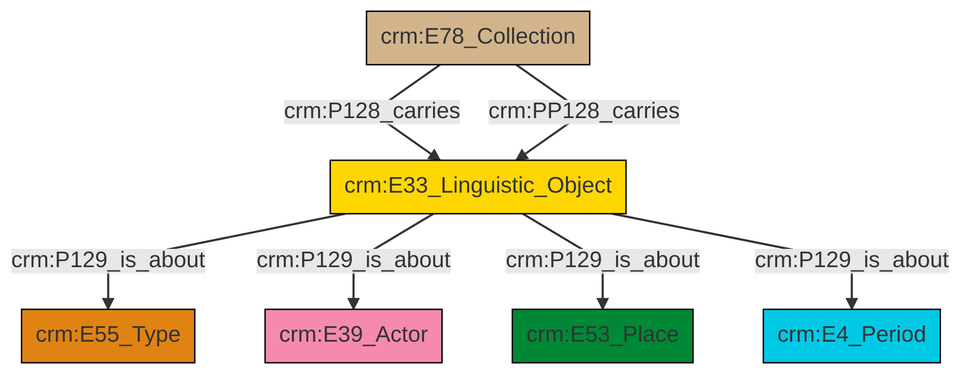
Earlier version of the Mermaid export et/archivalCSV/ttl/mmd/png/archival_aboutness.png (swiss-art-research-net/docs.swissartresearch). Its source is kept beside it as et/archivalCSV/ttl/mmd/archival_aboutness.ttl.mmd.
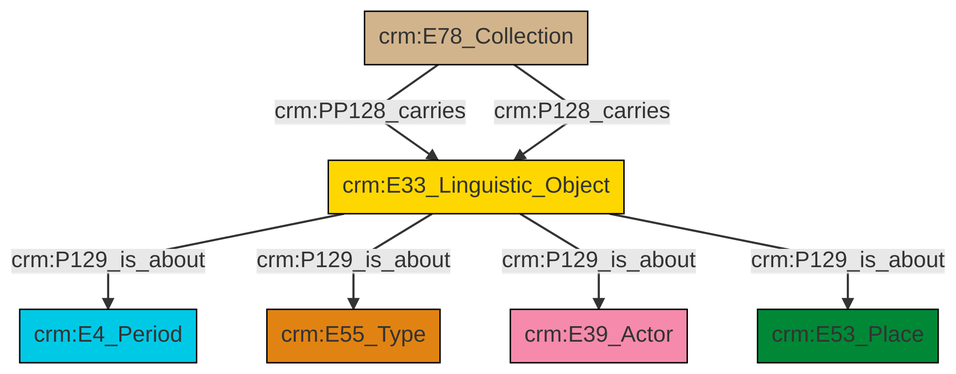
After the commit.

Diff of the diagram source:
```diff
@@ -13,9 +13,9 @@
 classDef PC_Classes fill:#4ce600, stroke:#000000;
 classDef Multi fill:#cccccc,stroke:#000000;
 
-0["crm:E33_Linguistic_Object"]:::Conceptual_Object -->|crm:P129_is_about| 1["crm:E55_Type"]:::Type
-0["crm:E33_Linguistic_Object"]:::Conceptual_Object -->|crm:P129_is_about| 6["crm:E39_Actor"]:::Actor
-0["crm:E33_Linguistic_Object"]:::Conceptual_Object -->|crm:P129_is_about| 7["crm:E53_Place"]:::Place
-4["crm:E78_Collection"]:::Physical_Thing -->|crm:P128_carries| 0["crm:E33_Linguistic_Object"]:::Conceptual_Object
-0["crm:E33_Linguistic_Object"]:::Conceptual_Object -->|crm:P129_is_about| 9["crm:E4_Period"]:::Temporal_Entity
-4["crm:E78_Collection"]:::Physical_Thing -->|crm:PP128_carries| 0["crm:E33_Linguistic_Object"]:::Conceptual_Object
+2["crm:E78_Collection"]:::Physical_Thing -->|crm:PP128_carries| 3["crm:E33_Linguistic_Object"]:::Conceptual_Object
+3["crm:E33_Linguistic_Object"]:::Conceptual_Object -->|crm:P129_is_about| 6["crm:E4_Period"]:::Temporal_Entity
+3["crm:E33_Linguistic_Object"]:::Conceptual_Object -->|crm:P129_is_about| 4["crm:E55_Type"]:::Type
+3["crm:E33_Linguistic_Object"]:::Conceptual_Object -->|crm:P129_is_about| 0["crm:E39_Actor"]:::Actor
+3["crm:E33_Linguistic_Object"]:::Conceptual_Object -->|crm:P129_is_about| 7["crm:E53_Place"]:::Place
+2["crm:E78_Collection"]:::Physical_Thing -->|crm:P128_carries| 3["crm:E33_Linguistic_Object"]:::Conceptual_Object
```
